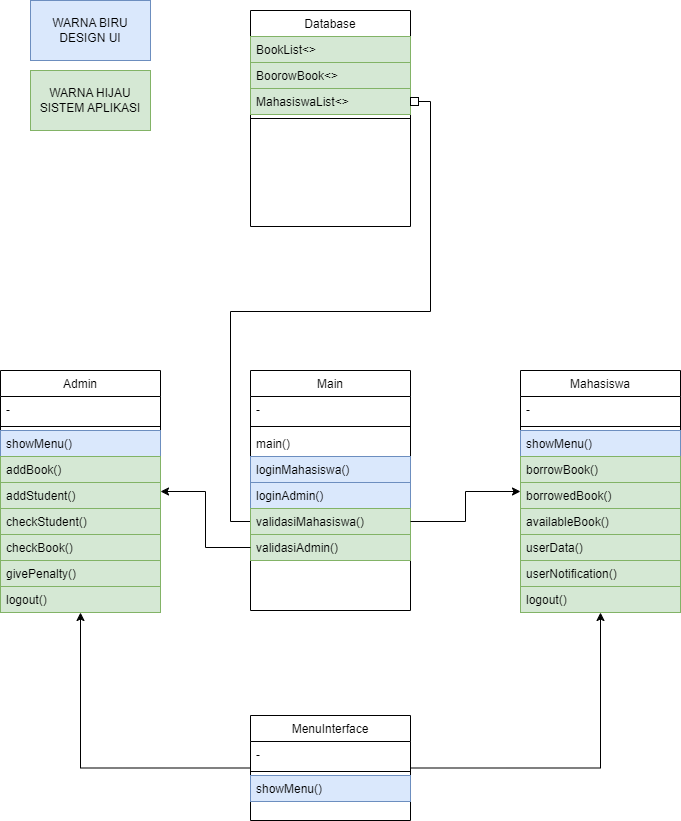
Earlier version of the draw.io export DiagramPerpustakaan.png (dikameo/PERPUSTAKAANCUY). Source tidied: cells renumbered, new cells last; positions are measured from the earlier drawing's top-left corner, leaving out a move shared by most shapes.
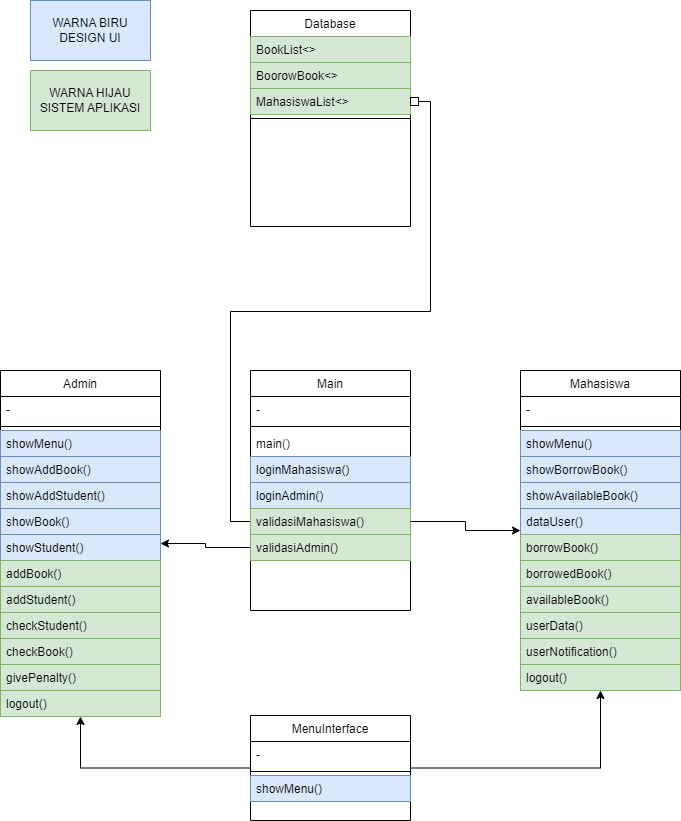
Above is the later version.

Commit message:
Update Diagram show

Diff of the diagram source:
```diff
@@ -3,7 +3,7 @@
     <mxCell id="0" />
     <mxCell id="1" parent="0" />
     <mxCell id="2" value="Admin" style="swimlane;fontStyle=0;align=center;verticalAlign=top;horizontal=1;startSize=26;rounded=0;shadow=0;strokeWidth=1;" parent="1" vertex="1">
-      <mxGeometry y="370" width="160" height="242" as="geometry" />
+      <mxGeometry y="370" width="160" height="346" as="geometry" />
     </mxCell>
     <mxCell id="3" value="-" style="text;align=left;verticalAlign=top;spacingLeft=4;spacingRight=4;overflow=hidden;rounded=0;shadow=0;html=0;" parent="2" vertex="1">
       <mxGeometry y="26" width="160" height="26" as="geometry" />
@@ -11,29 +11,41 @@
     <mxCell id="4" style="line;html=1;strokeWidth=1;align=left;verticalAlign=middle;spacingTop=-1;spacingLeft=3;spacingRight=3;labelPosition=right;" parent="2" vertex="1">
       <mxGeometry y="52" width="160" height="8" as="geometry" />
     </mxCell>
+    <mxCell id="46" value="showMenu()" style="text;align=left;verticalAlign=top;spacingLeft=4;spacingRight=4;overflow=hidden;fillColor=#dae8fc;strokeColor=#6c8ebf;" parent="2" vertex="1">
+      <mxGeometry y="60" width="160" height="26" as="geometry" />
+    </mxCell>
+    <mxCell id="47" value="showAddBook()" style="text;align=left;verticalAlign=top;spacingLeft=4;spacingRight=4;overflow=hidden;fillColor=#dae8fc;strokeColor=#6c8ebf;" parent="2" vertex="1">
+      <mxGeometry y="86" width="160" height="26" as="geometry" />
+    </mxCell>
+    <mxCell id="48" value="showAddStudent()" style="text;align=left;verticalAlign=top;spacingLeft=4;spacingRight=4;overflow=hidden;fillColor=#dae8fc;strokeColor=#6c8ebf;" parent="2" vertex="1">
+      <mxGeometry y="112" width="160" height="26" as="geometry" />
+    </mxCell>
+    <mxCell id="49" value="showBook()" style="text;align=left;verticalAlign=top;spacingLeft=4;spacingRight=4;overflow=hidden;fillColor=#dae8fc;strokeColor=#6c8ebf;" parent="2" vertex="1">
+      <mxGeometry y="138" width="160" height="26" as="geometry" />
+    </mxCell>
-    <mxCell id="5" value="showMenu()" style="text;align=left;verticalAlign=top;spacingLeft=4;spacingRight=4;overflow=hidden;fillColor=#dae8fc;strokeColor=#6c8ebf;" parent="2" vertex="1">
-      <mxGeometry y="60" width="160" height="26" as="geometry" />
+    <mxCell id="5" value="showStudent()" style="text;align=left;verticalAlign=top;spacingLeft=4;spacingRight=4;overflow=hidden;fillColor=#dae8fc;strokeColor=#6c8ebf;" parent="2" vertex="1">
+      <mxGeometry y="164" width="160" height="26" as="geometry" />
     </mxCell>
     <mxCell id="6" value="addBook()" style="text;align=left;verticalAlign=top;spacingLeft=4;spacingRight=4;overflow=hidden;fillColor=#d5e8d4;strokeColor=#82b366;" parent="2" vertex="1">
-      <mxGeometry y="86" width="160" height="26" as="geometry" />
+      <mxGeometry y="190" width="160" height="26" as="geometry" />
     </mxCell>
     <mxCell id="7" value="addStudent()" style="text;align=left;verticalAlign=top;spacingLeft=4;spacingRight=4;overflow=hidden;fillColor=#d5e8d4;strokeColor=#82b366;" parent="2" vertex="1">
-      <mxGeometry y="112" width="160" height="26" as="geometry" />
+      <mxGeometry y="216" width="160" height="26" as="geometry" />
     </mxCell>
     <mxCell id="8" value="checkStudent()" style="text;align=left;verticalAlign=top;spacingLeft=4;spacingRight=4;overflow=hidden;fillColor=#d5e8d4;strokeColor=#82b366;" parent="2" vertex="1">
-      <mxGeometry y="138" width="160" height="26" as="geometry" />
+      <mxGeometry y="242" width="160" height="26" as="geometry" />
     </mxCell>
     <mxCell id="9" value="checkBook()" style="text;align=left;verticalAlign=top;spacingLeft=4;spacingRight=4;overflow=hidden;fillColor=#d5e8d4;strokeColor=#82b366;" parent="2" vertex="1">
-      <mxGeometry y="164" width="160" height="26" as="geometry" />
+      <mxGeometry y="268" width="160" height="26" as="geometry" />
     </mxCell>
     <mxCell id="10" value="givePenalty()" style="text;align=left;verticalAlign=top;spacingLeft=4;spacingRight=4;overflow=hidden;fillColor=#d5e8d4;strokeColor=#82b366;" parent="2" vertex="1">
-      <mxGeometry y="190" width="160" height="26" as="geometry" />
+      <mxGeometry y="294" width="160" height="26" as="geometry" />
     </mxCell>
     <mxCell id="11" value="logout()" style="text;align=left;verticalAlign=top;spacingLeft=4;spacingRight=4;overflow=hidden;fillColor=#d5e8d4;strokeColor=#82b366;" parent="2" vertex="1">
-      <mxGeometry y="216" width="160" height="26" as="geometry" />
+      <mxGeometry y="320" width="160" height="26" as="geometry" />
     </mxCell>
     <mxCell id="12" value="Mahasiswa" style="swimlane;fontStyle=0;align=center;verticalAlign=top;horizontal=1;startSize=26;rounded=0;shadow=0;strokeWidth=1;" parent="1" vertex="1">
-      <mxGeometry x="520" y="370" width="160" height="242" as="geometry" />
+      <mxGeometry x="520" y="370" width="160" height="320" as="geometry" />
     </mxCell>
     <mxCell id="13" value="-" style="text;align=left;verticalAlign=top;spacingLeft=4;spacingRight=4;overflow=hidden;rounded=0;shadow=0;html=0;" parent="12" vertex="1">
       <mxGeometry y="26" width="160" height="26" as="geometry" />
@@ -44,23 +56,32 @@
     <mxCell id="15" value="showMenu()" style="text;align=left;verticalAlign=top;spacingLeft=4;spacingRight=4;overflow=hidden;fillColor=#dae8fc;strokeColor=#6c8ebf;" parent="12" vertex="1">
       <mxGeometry y="60" width="160" height="26" as="geometry" />
     </mxCell>
+    <mxCell id="50" value="showBorrowBook()" style="text;align=left;verticalAlign=top;spacingLeft=4;spacingRight=4;overflow=hidden;fillColor=#dae8fc;strokeColor=#6c8ebf;" parent="12" vertex="1">
+      <mxGeometry y="86" width="160" height="26" as="geometry" />
+    </mxCell>
+    <mxCell id="51" value="showAvailableBook()" style="text;align=left;verticalAlign=top;spacingLeft=4;spacingRight=4;overflow=hidden;fillColor=#dae8fc;strokeColor=#6c8ebf;" parent="12" vertex="1">
+      <mxGeometry y="112" width="160" height="26" as="geometry" />
+    </mxCell>
+    <mxCell id="52" value="dataUser()" style="text;align=left;verticalAlign=top;spacingLeft=4;spacingRight=4;overflow=hidden;fillColor=#dae8fc;strokeColor=#6c8ebf;" parent="12" vertex="1">
+      <mxGeometry y="138" width="160" height="26" as="geometry" />
+    </mxCell>
     <mxCell id="16" value="borrowBook()" style="text;align=left;verticalAlign=top;spacingLeft=4;spacingRight=4;overflow=hidden;fillColor=#d5e8d4;strokeColor=#82b366;" parent="12" vertex="1">
-      <mxGeometry y="86" width="160" height="26" as="geometry" />
+      <mxGeometry y="164" width="160" height="26" as="geometry" />
     </mxCell>
     <mxCell id="17" value="borrowedBook()" style="text;align=left;verticalAlign=top;spacingLeft=4;spacingRight=4;overflow=hidden;fillColor=#d5e8d4;strokeColor=#82b366;" parent="12" vertex="1">
-      <mxGeometry y="112" width="160" height="26" as="geometry" />
+      <mxGeometry y="190" width="160" height="26" as="geometry" />
     </mxCell>
     <mxCell id="18" value="availableBook()" style="text;align=left;verticalAlign=top;spacingLeft=4;spacingRight=4;overflow=hidden;fillColor=#d5e8d4;strokeColor=#82b366;" parent="12" vertex="1">
-      <mxGeometry y="138" width="160" height="26" as="geometry" />
+      <mxGeometry y="216" width="160" height="26" as="geometry" />
     </mxCell>
     <mxCell id="19" value="userData()" style="text;align=left;verticalAlign=top;spacingLeft=4;spacingRight=4;overflow=hidden;fillColor=#d5e8d4;strokeColor=#82b366;" parent="12" vertex="1">
-      <mxGeometry y="164" width="160" height="26" as="geometry" />
+      <mxGeometry y="242" width="160" height="26" as="geometry" />
     </mxCell>
     <mxCell id="20" value="userNotification()" style="text;align=left;verticalAlign=top;spacingLeft=4;spacingRight=4;overflow=hidden;fillColor=#d5e8d4;strokeColor=#82b366;" parent="12" vertex="1">
-      <mxGeometry y="190" width="160" height="26" as="geometry" />
+      <mxGeometry y="268" width="160" height="26" as="geometry" />
     </mxCell>
     <mxCell id="21" value="logout()" style="text;align=left;verticalAlign=top;spacingLeft=4;spacingRight=4;overflow=hidden;fillColor=#d5e8d4;strokeColor=#82b366;" parent="12" vertex="1">
-      <mxGeometry y="216" width="160" height="26" as="geometry" />
+      <mxGeometry y="294" width="160" height="26" as="geometry" />
     </mxCell>
     <mxCell id="22" value="Database" style="swimlane;fontStyle=0;align=center;verticalAlign=top;horizontal=1;startSize=26;rounded=0;shadow=0;strokeWidth=1;" parent="1" vertex="1">
       <mxGeometry x="250" y="10" width="160" height="216" as="geometry" />
```
